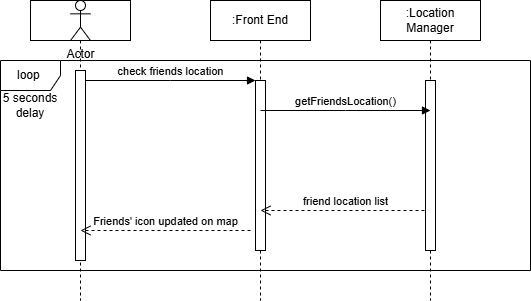
This is documentation/images/M4/FR3.png from dorawyy/CPEN321_CMIYC, a draw.io export, as it was before one commit. Source tidied: cells renumbered, new cells last; positions are measured from the earlier drawing's top-left corner, leaving out a move shared by most shapes. Source of this version:
```xml
<mxGraphModel>
  <root>
    <mxCell id="0" />
    <mxCell id="1" parent="0" />
    <mxCell id="2" style="shape=umlLifeline;perimeter=lifelinePerimeter;whiteSpace=wrap;html=1;newEdgeStyle={&quot;edgeStyle&quot;:&quot;elbowEdgeStyle&quot;,&quot;elbow&quot;:&quot;vertical&quot;,&quot;curved&quot;:0,&quot;rounded&quot;:0};" parent="1" vertex="1">
      <mxGeometry x="30" width="100" height="300" as="geometry" />
    </mxCell>
    <mxCell id="3" style="html=1;points=[];perimeter=orthogonalPerimeter;outlineConnect=0;targetShapes=umlLifeline;portConstraint=eastwest;newEdgeStyle={&quot;edgeStyle&quot;:&quot;elbowEdgeStyle&quot;,&quot;elbow&quot;:&quot;vertical&quot;,&quot;curved&quot;:0,&quot;rounded&quot;:0};" parent="2" vertex="1">
      <mxGeometry x="45" y="70" width="10" height="190" as="geometry" />
    </mxCell>
    <mxCell id="4" value=":Front End" style="shape=umlLifeline;perimeter=lifelinePerimeter;whiteSpace=wrap;html=1;newEdgeStyle={&quot;edgeStyle&quot;:&quot;elbowEdgeStyle&quot;,&quot;elbow&quot;:&quot;vertical&quot;,&quot;curved&quot;:0,&quot;rounded&quot;:0};" parent="1" vertex="1">
      <mxGeometry x="210" width="100" height="300" as="geometry" />
    </mxCell>
    <mxCell id="5" style="html=1;points=[];perimeter=orthogonalPerimeter;outlineConnect=0;targetShapes=umlLifeline;portConstraint=eastwest;newEdgeStyle={&quot;edgeStyle&quot;:&quot;elbowEdgeStyle&quot;,&quot;elbow&quot;:&quot;vertical&quot;,&quot;curved&quot;:0,&quot;rounded&quot;:0};" parent="4" vertex="1">
      <mxGeometry x="45" y="80" width="10" height="170" as="geometry" />
    </mxCell>
    <mxCell id="6" value="check friends location" style="html=1;verticalAlign=bottom;endArrow=block;edgeStyle=elbowEdgeStyle;elbow=vertical;curved=0;rounded=0;" parent="1" edge="1" source="3" target="5">
      <mxGeometry relative="1" as="geometry">
        <Array as="points">
          <mxPoint x="170" y="80" />
        </Array>
      </mxGeometry>
    </mxCell>
    <mxCell id="7" value="friend location list" style="html=1;verticalAlign=bottom;endArrow=open;dashed=1;endSize=8;edgeStyle=elbowEdgeStyle;elbow=vertical;curved=0;rounded=0;" parent="1" edge="1">
      <mxGeometry relative="1" as="geometry">
        <mxPoint x="430" y="210" as="sourcePoint" />
        <mxPoint x="260" y="210" as="targetPoint" />
        <Array as="points">
          <mxPoint x="355" y="210" />
        </Array>
      </mxGeometry>
    </mxCell>
    <mxCell id="8" value="Actor" style="shape=umlActor;verticalLabelPosition=bottom;verticalAlign=top;html=1;" parent="1" vertex="1">
      <mxGeometry x="70" width="20" height="40" as="geometry" />
    </mxCell>
    <mxCell id="9" value=":Location Manager" style="shape=umlLifeline;perimeter=lifelinePerimeter;whiteSpace=wrap;html=1;newEdgeStyle={&quot;edgeStyle&quot;:&quot;elbowEdgeStyle&quot;,&quot;elbow&quot;:&quot;vertical&quot;,&quot;curved&quot;:0,&quot;rounded&quot;:0};" parent="1" vertex="1">
      <mxGeometry x="380" width="100" height="300" as="geometry" />
    </mxCell>
    <mxCell id="10" style="html=1;perimeter=orthogonalPerimeter;targetShapes=umlLifeline;newEdgeStyle={&quot;edgeStyle&quot;:&quot;elbowEdgeStyle&quot;,&quot;elbow&quot;:&quot;vertical&quot;,&quot;curved&quot;:0,&quot;rounded&quot;:0};" parent="9" vertex="1">
      <mxGeometry x="45" y="80" width="10" height="170" as="geometry" />
    </mxCell>
    <mxCell id="11" value="getFriendsLocation()" style="html=1;verticalAlign=bottom;endArrow=block;edgeStyle=elbowEdgeStyle;elbow=vertical;curved=0;rounded=0;" parent="1" edge="1">
      <mxGeometry relative="1" as="geometry">
        <mxPoint x="260" y="110" as="sourcePoint" />
        <mxPoint x="430" y="110" as="targetPoint" />
        <Array as="points">
          <mxPoint x="345" y="110" />
        </Array>
      </mxGeometry>
    </mxCell>
    <mxCell id="12" value="Friends' icon updated on map" style="html=1;verticalAlign=bottom;endArrow=open;dashed=1;endSize=8;edgeStyle=elbowEdgeStyle;elbow=vertical;curved=0;rounded=0;" parent="1" edge="1">
      <mxGeometry relative="1" as="geometry">
        <mxPoint x="250" y="230" as="sourcePoint" />
        <mxPoint x="80" y="230" as="targetPoint" />
        <Array as="points">
          <mxPoint x="175" y="230" />
        </Array>
      </mxGeometry>
    </mxCell>
    <mxCell id="13" value="loop&amp;nbsp;" style="shape=umlFrame;whiteSpace=wrap;html=1;" parent="1" vertex="1">
      <mxGeometry y="60" width="530" height="210" as="geometry" />
    </mxCell>
    <mxCell id="14" value="5 seconds delay" style="text;html=1;align=center;verticalAlign=middle;whiteSpace=wrap;rounded=0;" parent="1" vertex="1">
      <mxGeometry y="90" width="60" height="30" as="geometry" />
    </mxCell>
  </root>
</mxGraphModel>
```
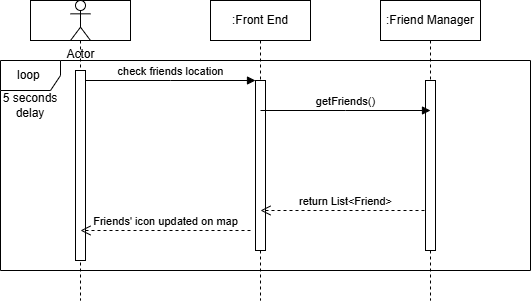
Later version of the same file.

The edit, as a diff of the source:
```diff
@@ -21,7 +21,7 @@
         </Array>
       </mxGeometry>
     </mxCell>
-    <mxCell id="7" value="friend location list" style="html=1;verticalAlign=bottom;endArrow=open;dashed=1;endSize=8;edgeStyle=elbowEdgeStyle;elbow=vertical;curved=0;rounded=0;" parent="1" edge="1">
+    <mxCell id="7" value="return List&amp;lt;Friend&amp;gt;" style="html=1;verticalAlign=bottom;endArrow=open;dashed=1;endSize=8;edgeStyle=elbowEdgeStyle;elbow=vertical;curved=0;rounded=0;" parent="1" edge="1">
       <mxGeometry relative="1" as="geometry">
         <mxPoint x="430" y="210" as="sourcePoint" />
         <mxPoint x="260" y="210" as="targetPoint" />
@@ -33,13 +33,13 @@
     <mxCell id="8" value="Actor" style="shape=umlActor;verticalLabelPosition=bottom;verticalAlign=top;html=1;" parent="1" vertex="1">
       <mxGeometry x="70" width="20" height="40" as="geometry" />
     </mxCell>
-    <mxCell id="9" value=":Location Manager" style="shape=umlLifeline;perimeter=lifelinePerimeter;whiteSpace=wrap;html=1;newEdgeStyle={&quot;edgeStyle&quot;:&quot;elbowEdgeStyle&quot;,&quot;elbow&quot;:&quot;vertical&quot;,&quot;curved&quot;:0,&quot;rounded&quot;:0};" parent="1" vertex="1">
+    <mxCell id="9" value=":Friend Manager" style="shape=umlLifeline;perimeter=lifelinePerimeter;whiteSpace=wrap;html=1;newEdgeStyle={&quot;edgeStyle&quot;:&quot;elbowEdgeStyle&quot;,&quot;elbow&quot;:&quot;vertical&quot;,&quot;curved&quot;:0,&quot;rounded&quot;:0};" parent="1" vertex="1">
       <mxGeometry x="380" width="100" height="300" as="geometry" />
     </mxCell>
     <mxCell id="10" style="html=1;perimeter=orthogonalPerimeter;targetShapes=umlLifeline;newEdgeStyle={&quot;edgeStyle&quot;:&quot;elbowEdgeStyle&quot;,&quot;elbow&quot;:&quot;vertical&quot;,&quot;curved&quot;:0,&quot;rounded&quot;:0};" parent="9" vertex="1">
       <mxGeometry x="45" y="80" width="10" height="170" as="geometry" />
     </mxCell>
-    <mxCell id="11" value="getFriendsLocation()" style="html=1;verticalAlign=bottom;endArrow=block;edgeStyle=elbowEdgeStyle;elbow=vertical;curved=0;rounded=0;" parent="1" edge="1">
+    <mxCell id="11" value="getFriends()" style="html=1;verticalAlign=bottom;endArrow=block;edgeStyle=elbowEdgeStyle;elbow=vertical;curved=0;rounded=0;" parent="1" edge="1">
       <mxGeometry relative="1" as="geometry">
         <mxPoint x="260" y="110" as="sourcePoint" />
         <mxPoint x="430" y="110" as="targetPoint" />
```
